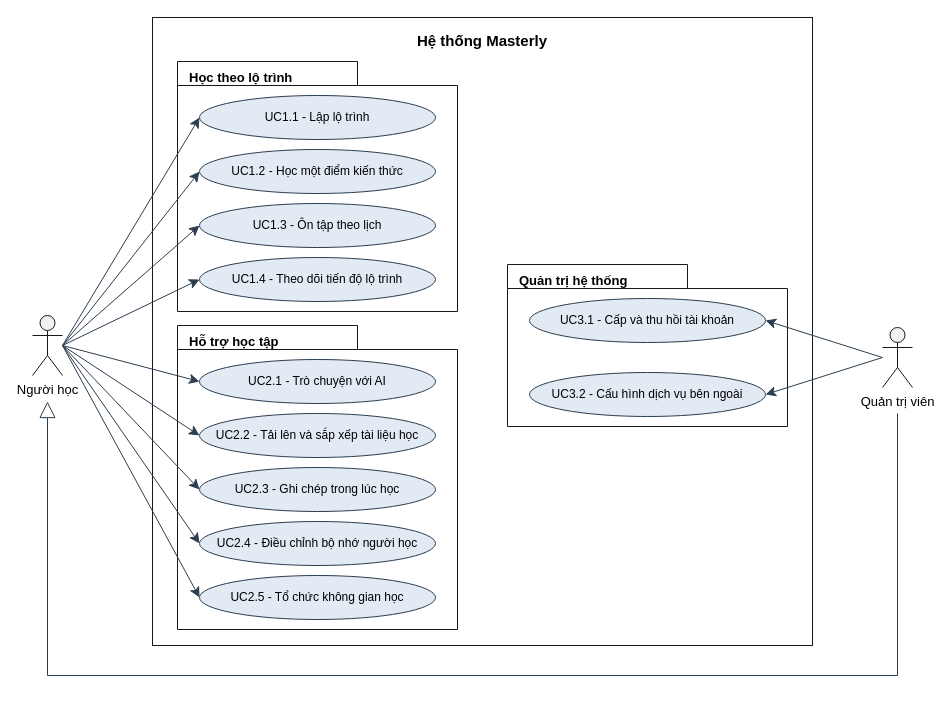
This is report/images/ca-su-dung-tong-quat.drawio from minhhai205/masterly, a draw.io file, before an edit. Source tidied: cells renumbered, new cells numbered last; positions are measured from the earlier drawing's top-left corner, leaving out a move shared by most shapes. Both pictures are drawn from the tidied source at 100%, with x=0, y=0 at pixel (32, 17).
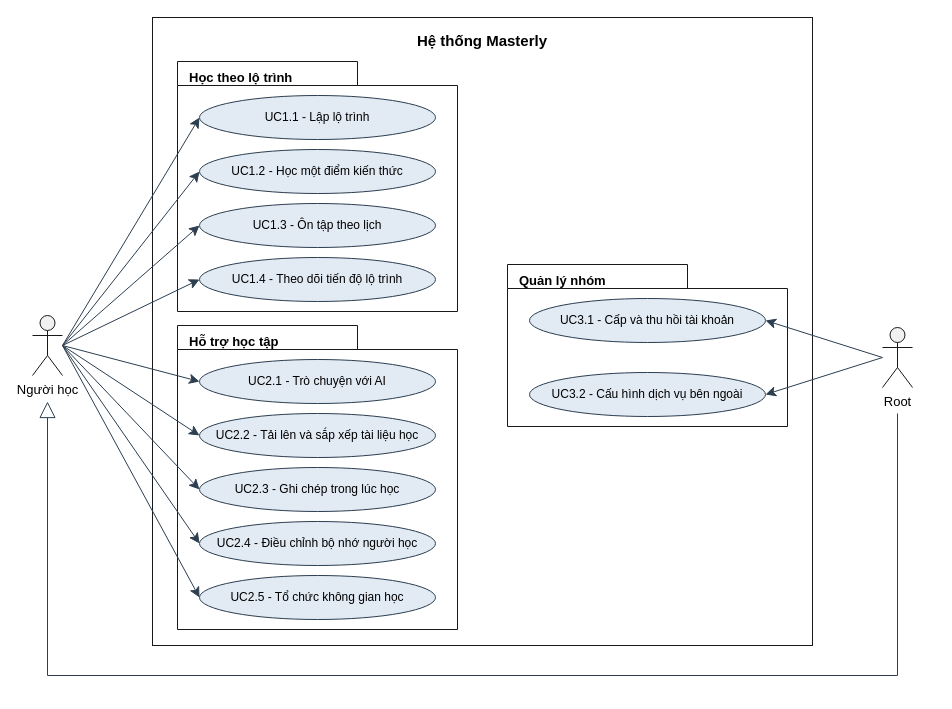
The same page after the edit.

Commit message (it also covers changes not shown here):
docs: switch the requirements to root and learner accounts

What changed in the source:
```diff
@@
-    <mxCell id="14" value="Quản trị hệ thống" style="shape=folder;tabWidth=180;tabHeight=24;tabPosition=left;html=1;whiteSpace=wrap;fillColor=#ffffff;strokeColor=#181818;verticalAlign=top;align=left;spacingLeft=10;spacingTop=2;fontStyle=1;fontSize=13;fontFamily=Helvetica;fontColor=#000000;" parent="1" vertex="1">
+    <mxCell id="14" value="Quản lý nhóm" style="shape=folder;tabWidth=180;tabHeight=24;tabPosition=left;html=1;whiteSpace=wrap;fillColor=#ffffff;strokeColor=#181818;verticalAlign=top;align=left;spacingLeft=10;spacingTop=2;fontStyle=1;fontSize=13;fontFamily=Helvetica;fontColor=#000000;" parent="1" vertex="1">
       <mxGeometry x="475" y="247" width="280" height="162" as="geometry" />
     </mxCell>
@@
-    <mxCell id="18" value="Quản trị viên" style="shape=umlActor;verticalLabelPosition=bottom;verticalAlign=top;html=1;outlineConnect=0;fillColor=#F1F1F1;strokeColor=#181818;fontSize=13;fontFamily=Helvetica;fontColor=#000000;" parent="1" vertex="1">
+    <mxCell id="18" value="Root" style="shape=umlActor;verticalLabelPosition=bottom;verticalAlign=top;html=1;outlineConnect=0;fillColor=#F1F1F1;strokeColor=#181818;fontSize=13;fontFamily=Helvetica;fontColor=#000000;" parent="1" vertex="1">
       <mxGeometry x="850" y="310" width="30" height="60" as="geometry" />
     </mxCell>
```
